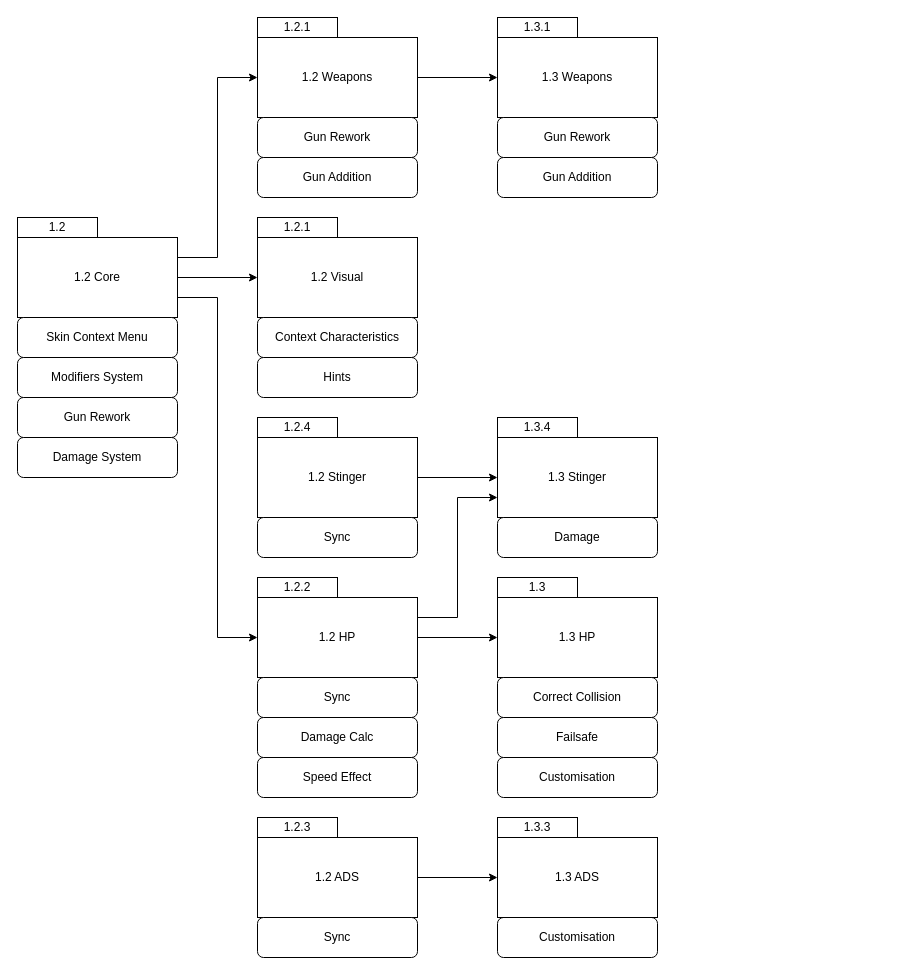
Earlier version of the draw.io diagram dg.drawio (OnGoTeam/TMGmod). Source tidied: cells renumbered, new cells numbered last; positions are measured from the earlier drawing's top-left corner, leaving out a move shared by most shapes. Both pictures are drawn from the tidied source at 100%, with x=0, y=0 at pixel (17, 17).
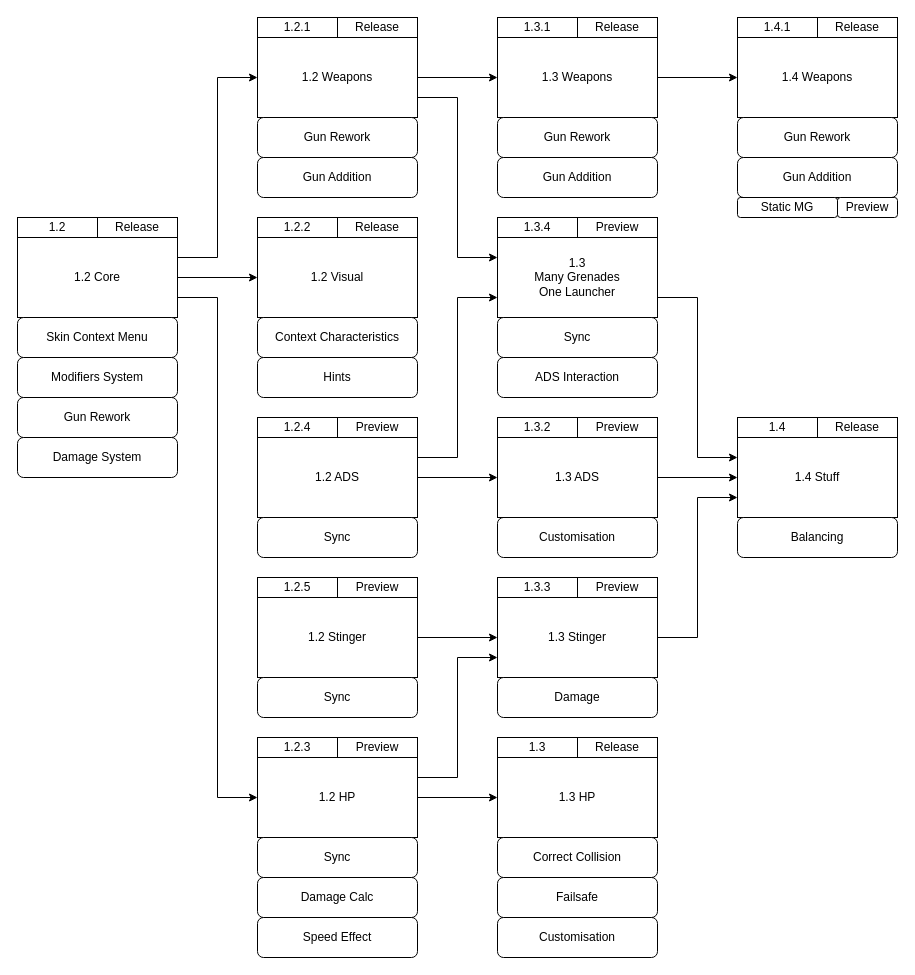
Above is the later version.

Unchanged cells that the change refers to:
```xml
<mxCell id="11" value="1.2 Weapons" style="rounded=0;whiteSpace=wrap;html=1;" parent="1" vertex="1">
  <mxGeometry x="240" y="20" width="160" height="80" as="geometry" />
</mxCell>
<mxCell id="38" value="1.3 Weapons" style="rounded=0;whiteSpace=wrap;html=1;" parent="1" vertex="1">
  <mxGeometry x="480" y="20" width="160" height="80" as="geometry" />
</mxCell>
```

What changed in the source:
```diff
@@
+    <mxCell id="50" style="edgeStyle=orthogonalEdgeStyle;rounded=0;jettySize=auto;html=1;exitX=1;exitY=0.75;exitDx=0;exitDy=0;entryX=0;entryY=0.25;entryDx=0;entryDy=0;" parent="1" edge="1" source="11" target="63">
+      <mxGeometry relative="1" as="geometry" />
+    </mxCell>
@@
     <mxCell id="19" value="1.2 HP" style="rounded=0;whiteSpace=wrap;html=1;" parent="1" vertex="1">
-      <mxGeometry x="240" y="580" width="160" height="80" as="geometry" />
+      <mxGeometry x="240" y="740" width="160" height="80" as="geometry" />
     </mxCell>
     <mxCell id="20" value="Sync" style="rounded=1;whiteSpace=wrap;html=1;" parent="1" vertex="1">
-      <mxGeometry x="240" y="660" width="160" height="40" as="geometry" />
+      <mxGeometry x="240" y="820" width="160" height="40" as="geometry" />
     </mxCell>
     <mxCell id="21" value="Damage Calc" style="rounded=1;whiteSpace=wrap;html=1;" parent="1" vertex="1">
-      <mxGeometry x="240" y="700" width="160" height="40" as="geometry" />
+      <mxGeometry x="240" y="860" width="160" height="40" as="geometry" />
     </mxCell>
     <mxCell id="22" value="Speed Effect" style="rounded=1;whiteSpace=wrap;html=1;" parent="1" vertex="1">
-      <mxGeometry x="240" y="740" width="160" height="40" as="geometry" />
+      <mxGeometry x="240" y="900" width="160" height="40" as="geometry" />
     </mxCell>
     <mxCell id="23" value="1.3 HP" style="rounded=0;whiteSpace=wrap;html=1;" parent="1" vertex="1">
-      <mxGeometry x="480" y="580" width="160" height="80" as="geometry" />
+      <mxGeometry x="480" y="740" width="160" height="80" as="geometry" />
     </mxCell>
     <mxCell id="24" value="Correct Collision" style="rounded=1;whiteSpace=wrap;html=1;" parent="1" vertex="1">
-      <mxGeometry x="480" y="660" width="160" height="40" as="geometry" />
+      <mxGeometry x="480" y="820" width="160" height="40" as="geometry" />
     </mxCell>
     <mxCell id="25" value="Failsafe" style="rounded=1;whiteSpace=wrap;html=1;" parent="1" vertex="1">
-      <mxGeometry x="480" y="700" width="160" height="40" as="geometry" />
+      <mxGeometry x="480" y="860" width="160" height="40" as="geometry" />
     </mxCell>
@@
+    <mxCell id="51" style="edgeStyle=orthogonalEdgeStyle;rounded=0;jettySize=auto;html=1;exitX=1;exitY=0.25;exitDx=0;exitDy=0;entryX=0;entryY=0.75;entryDx=0;entryDy=0;" parent="1" edge="1" source="27" target="63">
+      <mxGeometry relative="1" as="geometry" />
+    </mxCell>
     <mxCell id="27" value="1.2 ADS" style="rounded=0;whiteSpace=wrap;html=1;" parent="1" vertex="1">
-      <mxGeometry x="240" y="820" width="160" height="80" as="geometry" />
+      <mxGeometry x="240" y="420" width="160" height="80" as="geometry" />
     </mxCell>
     <mxCell id="28" value="Sync" style="rounded=1;whiteSpace=wrap;html=1;" parent="1" vertex="1">
-      <mxGeometry x="240" y="900" width="160" height="40" as="geometry" />
+      <mxGeometry x="240" y="500" width="160" height="40" as="geometry" />
     </mxCell>
     <mxCell id="29" value="Customisation" style="rounded=1;whiteSpace=wrap;html=1;" parent="1" vertex="1">
-      <mxGeometry x="480" y="740" width="160" height="40" as="geometry" />
+      <mxGeometry x="480" y="900" width="160" height="40" as="geometry" />
     </mxCell>
     <mxCell id="30" value="Customisation" style="rounded=1;whiteSpace=wrap;html=1;" parent="1" vertex="1">
-      <mxGeometry x="480" y="900" width="160" height="40" as="geometry" />
+      <mxGeometry x="480" y="500" width="160" height="40" as="geometry" />
     </mxCell>
+    <mxCell id="52" style="edgeStyle=orthogonalEdgeStyle;rounded=0;jettySize=auto;html=1;exitX=1;exitY=0.5;exitDx=0;exitDy=0;entryX=0;entryY=0.5;entryDx=0;entryDy=0;" parent="1" edge="1" source="31" target="55">
+      <mxGeometry relative="1" as="geometry" />
+    </mxCell>
     <mxCell id="31" value="1.3 ADS" style="rounded=0;whiteSpace=wrap;html=1;" parent="1" vertex="1">
-      <mxGeometry x="480" y="820" width="160" height="80" as="geometry" />
+      <mxGeometry x="480" y="420" width="160" height="80" as="geometry" />
     </mxCell>
@@
     <mxCell id="33" value="1.2 Stinger" style="rounded=0;whiteSpace=wrap;html=1;" parent="1" vertex="1">
-      <mxGeometry x="240" y="420" width="160" height="80" as="geometry" />
+      <mxGeometry x="240" y="580" width="160" height="80" as="geometry" />
     </mxCell>
     <mxCell id="34" value="Sync" style="rounded=1;whiteSpace=wrap;html=1;" parent="1" vertex="1">
-      <mxGeometry x="240" y="500" width="160" height="40" as="geometry" />
+      <mxGeometry x="240" y="660" width="160" height="40" as="geometry" />
     </mxCell>
+    <mxCell id="53" style="edgeStyle=orthogonalEdgeStyle;rounded=0;jettySize=auto;html=1;exitX=1;exitY=0.5;exitDx=0;exitDy=0;entryX=0;entryY=0.75;entryDx=0;entryDy=0;" parent="1" edge="1" source="35" target="55">
+      <mxGeometry relative="1" as="geometry" />
+    </mxCell>
     <mxCell id="35" value="1.3 Stinger" style="rounded=0;whiteSpace=wrap;html=1;" parent="1" vertex="1">
-      <mxGeometry x="480" y="420" width="160" height="80" as="geometry" />
+      <mxGeometry x="480" y="580" width="160" height="80" as="geometry" />
     </mxCell>
     <mxCell id="36" value="Damage" style="rounded=1;whiteSpace=wrap;html=1;" parent="1" vertex="1">
-      <mxGeometry x="480" y="500" width="160" height="40" as="geometry" />
+      <mxGeometry x="480" y="660" width="160" height="40" as="geometry" />
     </mxCell>
@@
+    <mxCell id="54" style="edgeStyle=orthogonalEdgeStyle;rounded=0;jettySize=auto;html=1;" parent="1" edge="1" source="38" target="59">
+      <mxGeometry relative="1" as="geometry" />
+    </mxCell>
@@
-    <mxCell id="41" value="1.2.1" style="rounded=0;whiteSpace=wrap;html=1;" parent="1" vertex="1">
+    <mxCell id="41" value="1.2.2" style="rounded=0;whiteSpace=wrap;html=1;" parent="1" vertex="1">
       <mxGeometry x="240" y="200" width="80" height="20" as="geometry" />
     </mxCell>
@@
-    <mxCell id="43" value="1.2.4" style="rounded=0;whiteSpace=wrap;html=1;" parent="1" vertex="1">
-      <mxGeometry x="240" y="400" width="80" height="20" as="geometry" />
+    <mxCell id="43" value="1.2.5" style="rounded=0;whiteSpace=wrap;html=1;" parent="1" vertex="1">
+      <mxGeometry x="240" y="560" width="80" height="20" as="geometry" />
     </mxCell>
-    <mxCell id="44" value="1.2.2" style="rounded=0;whiteSpace=wrap;html=1;" parent="1" vertex="1">
-      <mxGeometry x="240" y="560" width="80" height="20" as="geometry" />
+    <mxCell id="44" value="1.2.3" style="rounded=0;whiteSpace=wrap;html=1;" parent="1" vertex="1">
+      <mxGeometry x="240" y="720" width="80" height="20" as="geometry" />
     </mxCell>
-    <mxCell id="45" value="1.2.3" style="rounded=0;whiteSpace=wrap;html=1;" parent="1" vertex="1">
-      <mxGeometry x="240" y="800" width="80" height="20" as="geometry" />
+    <mxCell id="45" value="1.2.4" style="rounded=0;whiteSpace=wrap;html=1;" parent="1" vertex="1">
+      <mxGeometry x="240" y="400" width="80" height="20" as="geometry" />
     </mxCell>
@@
     <mxCell id="47" value="1.3" style="rounded=0;whiteSpace=wrap;html=1;" parent="1" vertex="1">
-      <mxGeometry x="480" y="560" width="80" height="20" as="geometry" />
+      <mxGeometry x="480" y="720" width="80" height="20" as="geometry" />
     </mxCell>
-    <mxCell id="48" value="1.3.4" style="rounded=0;whiteSpace=wrap;html=1;" parent="1" vertex="1">
-      <mxGeometry x="480" y="400" width="80" height="20" as="geometry" />
+    <mxCell id="48" value="1.3.3" style="rounded=0;whiteSpace=wrap;html=1;" parent="1" vertex="1">
+      <mxGeometry x="480" y="560" width="80" height="20" as="geometry" />
     </mxCell>
-    <mxCell id="49" value="1.3.3" style="rounded=0;whiteSpace=wrap;html=1;" parent="1" vertex="1">
-      <mxGeometry x="480" y="800" width="80" height="20" as="geometry" />
+    <mxCell id="49" value="1.3.2" style="rounded=0;whiteSpace=wrap;html=1;" parent="1" vertex="1">
+      <mxGeometry x="480" y="400" width="80" height="20" as="geometry" />
     </mxCell>
+    <mxCell id="55" value="1.4 Stuff" style="rounded=0;whiteSpace=wrap;html=1;" parent="1" vertex="1">
+      <mxGeometry x="720" y="420" width="160" height="80" as="geometry" />
+    </mxCell>
+    <mxCell id="56" value="1.4" style="rounded=0;whiteSpace=wrap;html=1;" parent="1" vertex="1">
+      <mxGeometry x="720" y="400" width="80" height="20" as="geometry" />
+    </mxCell>
+    <mxCell id="57" value="Balancing" style="rounded=1;whiteSpace=wrap;html=1;" parent="1" vertex="1">
+      <mxGeometry x="720" y="500" width="160" height="40" as="geometry" />
+    </mxCell>
+    <mxCell id="58" value="Gun Addition" style="rounded=1;whiteSpace=wrap;html=1;" parent="1" vertex="1">
+      <mxGeometry x="720" y="140" width="160" height="40" as="geometry" />
+    </mxCell>
+    <mxCell id="59" value="1.4 Weapons" style="rounded=0;whiteSpace=wrap;html=1;" parent="1" vertex="1">
+      <mxGeometry x="720" y="20" width="160" height="80" as="geometry" />
+    </mxCell>
+    <mxCell id="60" value="Gun Rework" style="rounded=1;whiteSpace=wrap;html=1;" parent="1" vertex="1">
+      <mxGeometry x="720" y="100" width="160" height="40" as="geometry" />
+    </mxCell>
+    <mxCell id="61" value="1.4.1" style="rounded=0;whiteSpace=wrap;html=1;" parent="1" vertex="1">
+      <mxGeometry x="720" width="80" height="20" as="geometry" />
+    </mxCell>
+    <mxCell id="62" style="edgeStyle=orthogonalEdgeStyle;rounded=0;jettySize=auto;html=1;exitX=1;exitY=0.75;exitDx=0;exitDy=0;entryX=0;entryY=0.25;entryDx=0;entryDy=0;" parent="1" edge="1" source="63" target="55">
+      <mxGeometry relative="1" as="geometry" />
+    </mxCell>
+    <mxCell id="63" value="1.3&lt;br&gt;Many Grenades&lt;br&gt;One Launcher" style="rounded=0;whiteSpace=wrap;html=1;" parent="1" vertex="1">
+      <mxGeometry x="480" y="220" width="160" height="80" as="geometry" />
+    </mxCell>
+    <mxCell id="64" value="1.3.4" style="rounded=0;whiteSpace=wrap;html=1;" parent="1" vertex="1">
+      <mxGeometry x="480" y="200" width="80" height="20" as="geometry" />
+    </mxCell>
+    <mxCell id="65" value="Sync" style="rounded=1;whiteSpace=wrap;html=1;" parent="1" vertex="1">
+      <mxGeometry x="480" y="300" width="160" height="40" as="geometry" />
+    </mxCell>
+    <mxCell id="66" value="ADS Interaction" style="rounded=1;whiteSpace=wrap;html=1;" parent="1" vertex="1">
+      <mxGeometry x="480" y="340" width="160" height="40" as="geometry" />
+    </mxCell>
+    <mxCell id="67" value="Release" style="rounded=0;whiteSpace=wrap;html=1;" parent="1" vertex="1">
+      <mxGeometry x="80" y="200" width="80" height="20" as="geometry" />
+    </mxCell>
+    <mxCell id="68" value="Release" style="rounded=0;whiteSpace=wrap;html=1;" parent="1" vertex="1">
+      <mxGeometry x="320" width="80" height="20" as="geometry" />
+    </mxCell>
+    <mxCell id="69" value="Release" style="rounded=0;whiteSpace=wrap;html=1;" parent="1" vertex="1">
+      <mxGeometry x="320" y="200" width="80" height="20" as="geometry" />
+    </mxCell>
+    <mxCell id="70" value="Preview" style="rounded=0;whiteSpace=wrap;html=1;" parent="1" vertex="1">
+      <mxGeometry x="320" y="400" width="80" height="20" as="geometry" />
+    </mxCell>
+    <mxCell id="71" value="Preview" style="rounded=0;whiteSpace=wrap;html=1;" parent="1" vertex="1">
+      <mxGeometry x="320" y="560" width="80" height="20" as="geometry" />
+    </mxCell>
+    <mxCell id="72" value="Preview" style="rounded=0;whiteSpace=wrap;html=1;" parent="1" vertex="1">
+      <mxGeometry x="320" y="720" width="80" height="20" as="geometry" />
+    </mxCell>
+    <mxCell id="73" value="Preview" style="rounded=0;whiteSpace=wrap;html=1;" parent="1" vertex="1">
+      <mxGeometry x="560" y="560" width="80" height="20" as="geometry" />
+    </mxCell>
+    <mxCell id="74" value="Preview" style="rounded=0;whiteSpace=wrap;html=1;" parent="1" vertex="1">
+      <mxGeometry x="560" y="400" width="80" height="20" as="geometry" />
+    </mxCell>
+    <mxCell id="75" value="Preview" style="rounded=0;whiteSpace=wrap;html=1;" parent="1" vertex="1">
+      <mxGeometry x="560" y="200" width="80" height="20" as="geometry" />
+    </mxCell>
+    <mxCell id="76" value="Release" style="rounded=0;whiteSpace=wrap;html=1;" parent="1" vertex="1">
+      <mxGeometry x="560" width="80" height="20" as="geometry" />
+    </mxCell>
+    <mxCell id="77" value="Release" style="rounded=0;whiteSpace=wrap;html=1;" parent="1" vertex="1">
+      <mxGeometry x="800" width="80" height="20" as="geometry" />
+    </mxCell>
+    <mxCell id="78" value="Release" style="rounded=0;whiteSpace=wrap;html=1;" parent="1" vertex="1">
+      <mxGeometry x="800" y="400" width="80" height="20" as="geometry" />
+    </mxCell>
+    <mxCell id="79" value="Static MG" style="rounded=1;whiteSpace=wrap;html=1;" parent="1" vertex="1">
+      <mxGeometry x="720" y="180" width="100" height="20" as="geometry" />
+    </mxCell>
+    <mxCell id="80" value="Preview" style="rounded=1;whiteSpace=wrap;html=1;" parent="1" vertex="1">
+      <mxGeometry x="820" y="180" width="60" height="20" as="geometry" />
+    </mxCell>
+    <mxCell id="81" value="Release" style="rounded=0;whiteSpace=wrap;html=1;" parent="1" vertex="1">
+      <mxGeometry x="560" y="720" width="80" height="20" as="geometry" />
+    </mxCell>
```
